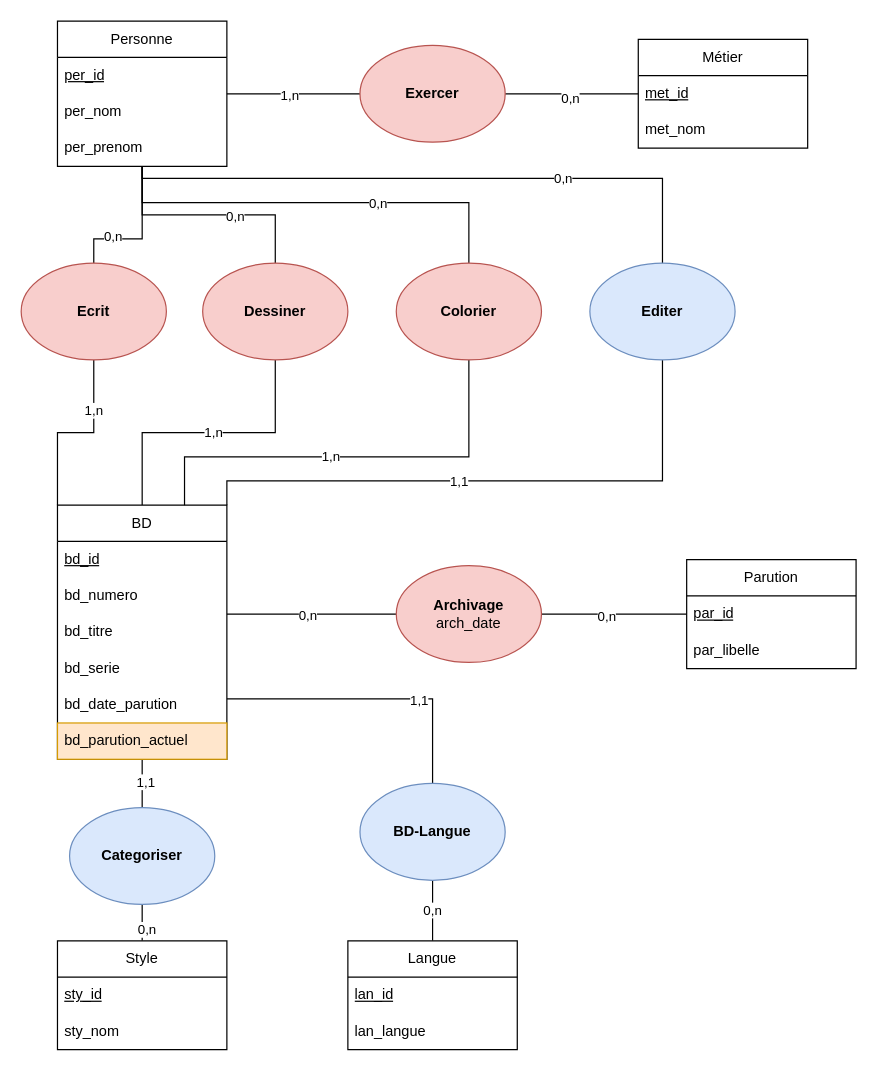
This is MCD_Collectionneur_BD.drawio from Mzk-Ali/EXO_M2I_MERISE, a draw.io file, before an edit. Source tidied: cells renumbered, new cells numbered last; positions are measured from the earlier drawing's top-left corner, leaving out a move shared by most shapes. Both pictures are drawn from the tidied source at 121%, with x=0, y=0 at pixel (21, 21).
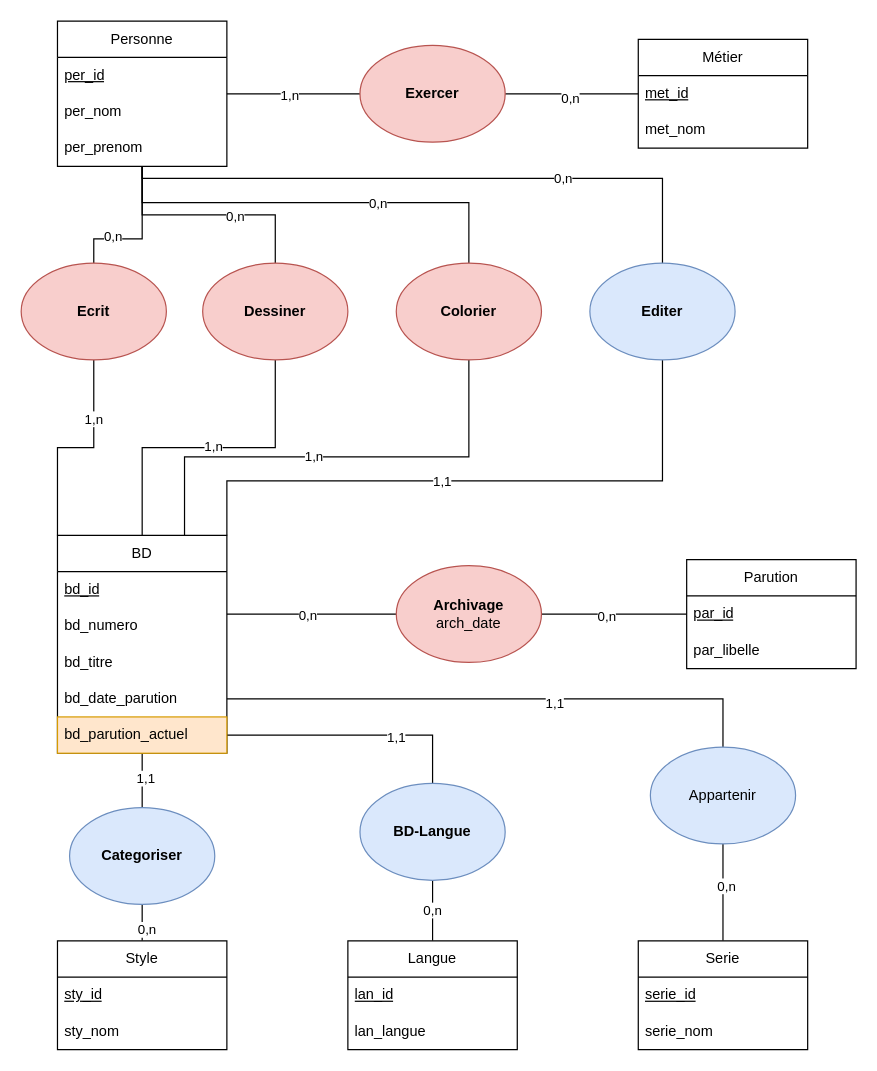
The same diagram, later.

Commit message (it also covers changes not shown here):
Mettre à jour MCD_Collectionneur_BD.drawio

The change refers to these unchanged cells:
```xml
<mxCell id="63" value="&lt;b&gt;BD-Langue&lt;/b&gt;" style="ellipse;whiteSpace=wrap;html=1;fillColor=#dae8fc;strokeColor=#6c8ebf;" parent="1" vertex="1">
  <mxGeometry x="280" y="630" width="120" height="80" as="geometry" />
</mxCell>
```

What changed in the source:
```diff
@@
     <mxCell id="18" style="edgeStyle=orthogonalEdgeStyle;rounded=0;jettySize=auto;html=1;entryX=0.5;entryY=0;entryDx=0;entryDy=0;endArrow=none;startFill=0;" parent="1" edge="1" source="22" target="63">
       <mxGeometry relative="1" as="geometry">
         <Array as="points">
-          <mxPoint x="340" y="560" />
+          <mxPoint x="340" y="590" />
         </Array>
       </mxGeometry>
     </mxCell>
@@
     <mxCell id="22" value="BD" style="swimlane;fontStyle=0;horizontal=1;startSize=30;whiteSpace=wrap;html=1;" parent="1" vertex="1">
-      <mxGeometry x="30" y="400" width="140" height="210" as="geometry" />
+      <mxGeometry x="30" y="425" width="140" height="180" as="geometry" />
     </mxCell>
@@
-    <mxCell id="26" value="bd_serie" style="text;strokeColor=none;fillColor=none;align=left;verticalAlign=middle;spacingLeft=4;spacingRight=4;overflow=hidden;whiteSpace=wrap;html=1;" parent="22" vertex="1">
-      <mxGeometry y="120" width="140" height="30" as="geometry" />
-    </mxCell>
     <mxCell id="27" value="bd_date_parution" style="text;strokeColor=none;fillColor=none;align=left;verticalAlign=middle;spacingLeft=4;spacingRight=4;overflow=hidden;points=[[0,0.5],[1,0.5]];portConstraint=eastwest;whiteSpace=wrap;html=1;" parent="22" vertex="1">
-      <mxGeometry y="150" width="140" height="30" as="geometry" />
+      <mxGeometry y="120" width="140" height="30" as="geometry" />
     </mxCell>
     <mxCell id="28" value="bd_parution_actuel" style="text;strokeColor=#d79b00;fillColor=#ffe6cc;align=left;verticalAlign=middle;spacingLeft=4;spacingRight=4;overflow=hidden;whiteSpace=wrap;html=1;" parent="22" vertex="1">
-      <mxGeometry y="180" width="140" height="30" as="geometry" />
+      <mxGeometry y="150" width="140" height="30" as="geometry" />
     </mxCell>
@@
+    <mxCell id="65" style="edgeStyle=orthogonalEdgeStyle;rounded=0;jettySize=auto;html=1;entryX=0.5;entryY=1;entryDx=0;entryDy=0;endArrow=none;startFill=0;" parent="1" edge="1" source="67" target="72">
+      <mxGeometry relative="1" as="geometry" />
+    </mxCell>
+    <mxCell id="66" value="0,n" style="edgeLabel;html=1;align=center;verticalAlign=middle;" parent="65" vertex="1">
+      <mxGeometry x="0.15" y="-2" relative="1" as="geometry" />
+    </mxCell>
+    <mxCell id="67" value="Serie" style="swimlane;fontStyle=0;horizontal=1;startSize=30;whiteSpace=wrap;html=1;" parent="1" vertex="1">
+      <mxGeometry x="510" y="760" width="140" height="90" as="geometry" />
+    </mxCell>
+    <mxCell id="68" value="&lt;u&gt;serie_id&lt;/u&gt;" style="text;strokeColor=none;fillColor=none;align=left;verticalAlign=middle;spacingLeft=4;spacingRight=4;overflow=hidden;whiteSpace=wrap;html=1;" parent="67" vertex="1">
+      <mxGeometry y="30" width="140" height="30" as="geometry" />
+    </mxCell>
+    <mxCell id="69" value="serie_nom" style="text;strokeColor=none;fillColor=none;align=left;verticalAlign=middle;spacingLeft=4;spacingRight=4;overflow=hidden;whiteSpace=wrap;html=1;" parent="67" vertex="1">
+      <mxGeometry y="60" width="140" height="30" as="geometry" />
+    </mxCell>
+    <mxCell id="70" style="edgeStyle=orthogonalEdgeStyle;rounded=0;jettySize=auto;html=1;entryX=1;entryY=0.5;entryDx=0;entryDy=0;endArrow=none;startFill=0;" parent="1" edge="1" source="72" target="27">
+      <mxGeometry relative="1" as="geometry" />
+    </mxCell>
+    <mxCell id="71" value="1,1" style="edgeLabel;html=1;align=center;verticalAlign=middle;" parent="70" vertex="1">
+      <mxGeometry x="-0.2" y="3" relative="1" as="geometry" />
+    </mxCell>
+    <mxCell id="72" value="Appartenir" style="ellipse;whiteSpace=wrap;html=1;fillColor=#dae8fc;strokeColor=#6c8ebf;" parent="1" vertex="1">
+      <mxGeometry x="520" y="600" width="120" height="80" as="geometry" />
+    </mxCell>
```
